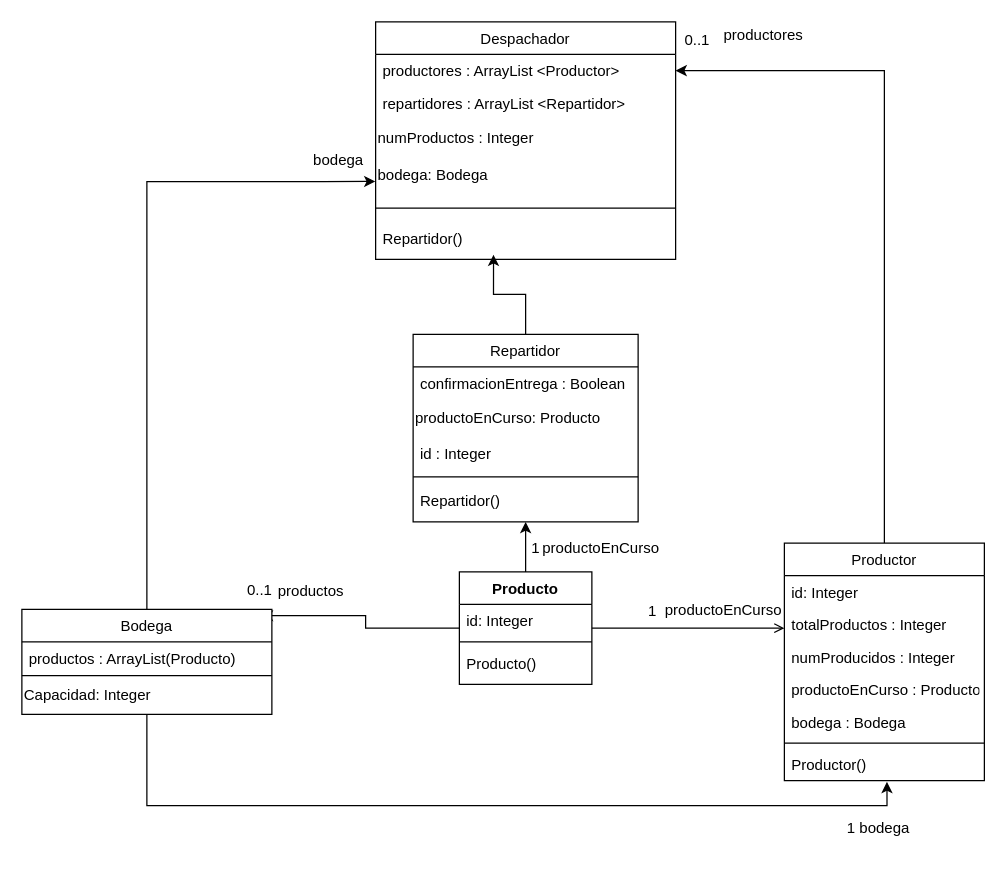
Above: Diagrama sin título.drawio in carvafel/Taller-1 (draw.io), before the change. Source tidied: cells renumbered, new cells numbered last; positions are measured from the earlier drawing's top-left corner, leaving out a move shared by most shapes. Both pictures are drawn from the tidied source at 125%, with x=0, y=0 at pixel (21, 21).
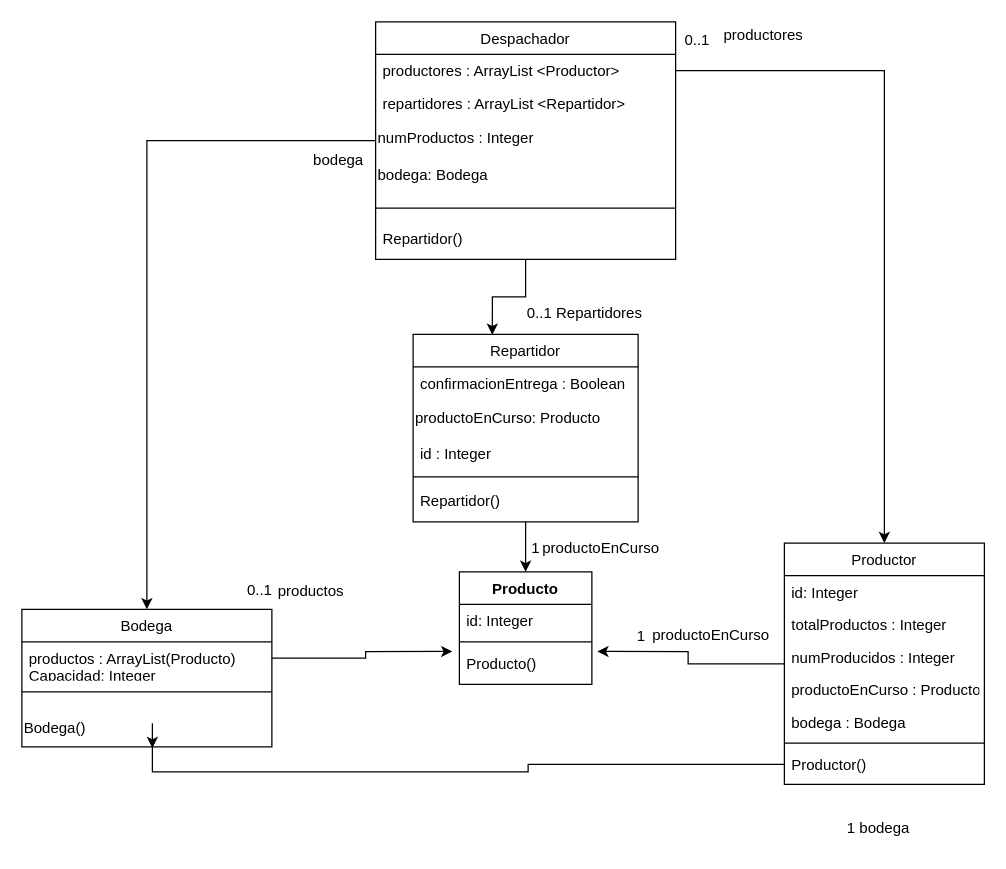
The same diagram, later.

Unchanged cells that the change refers to:
```xml
<mxCell id="4" value="Producto&#10;" style="swimlane;fontStyle=1;align=center;verticalAlign=top;horizontal=1;startSize=26;rounded=0;shadow=0;strokeWidth=1;" parent="1" vertex="1">
  <mxGeometry x="350" y="440" width="106" height="90" as="geometry" />
</mxCell>
<mxCell id="7" value="Producto()" style="text;align=left;verticalAlign=top;spacingLeft=4;spacingRight=4;overflow=hidden;points=[[0,0.5],[1,0.5]];portConstraint=eastwest;" parent="4" vertex="1">
  <mxGeometry y="60" width="106" height="26" as="geometry" />
</mxCell>
<mxCell id="9" value="Repartidor&#10;" style="swimlane;fontStyle=0;align=center;verticalAlign=top;horizontal=1;startSize=26;rounded=0;shadow=0;strokeWidth=1;" parent="1" vertex="1">
  <mxGeometry x="313" y="250" width="180" height="150" as="geometry" />
</mxCell>
<mxCell id="29" value="Productor()" style="text;align=left;verticalAlign=top;spacingLeft=4;spacingRight=4;overflow=hidden;points=[[0,0.5],[1,0.5]];portConstraint=eastwest;" parent="22" vertex="1">
  <mxGeometry y="164" width="160" height="26" as="geometry" />
</mxCell>
<mxCell id="36" value="Despachador" style="swimlane;fontStyle=0;align=center;verticalAlign=top;horizontal=1;startSize=26;rounded=0;shadow=0;strokeWidth=1;" parent="1" vertex="1">
  <mxGeometry x="283" width="240" height="190" as="geometry" />
</mxCell>
<mxCell id="37" value="productores : ArrayList &lt;Productor&gt;" style="text;align=left;verticalAlign=top;spacingLeft=4;spacingRight=4;overflow=hidden;points=[[0,0.5],[1,0.5]];portConstraint=eastwest;" parent="36" vertex="1">
  <mxGeometry y="26" width="240" height="26" as="geometry" />
</mxCell>
<mxCell id="40" value="&lt;div align=&quot;left&quot;&gt;bodega: Bodega&lt;/div&gt;" style="text;html=1;align=left;verticalAlign=middle;points=[];strokeColor=none;fillColor=none;" parent="36" vertex="1">
  <mxGeometry y="108" width="240" height="30" as="geometry" />
</mxCell>
<mxCell id="42" value="Repartidor()" style="text;align=left;verticalAlign=top;spacingLeft=4;spacingRight=4;overflow=hidden;points=[[0,0.5],[1,0.5]];portConstraint=eastwest;" parent="36" vertex="1">
  <mxGeometry y="160" width="240" height="26" as="geometry" />
</mxCell>
```

The edit, as a diff of the source:
```diff
@@
-    <mxCell id="2" style="edgeStyle=orthogonalEdgeStyle;rounded=0;jettySize=auto;html=1;entryX=0.96;entryY=0.06;entryDx=0;entryDy=0;entryPerimeter=0;" parent="1" edge="1" source="4" target="17">
-      <mxGeometry relative="1" as="geometry" />
-    </mxCell>
-    <mxCell id="3" style="edgeStyle=orthogonalEdgeStyle;rounded=0;jettySize=auto;html=1;exitX=0.5;exitY=0;exitDx=0;exitDy=0;entryX=0.5;entryY=1;entryDx=0;entryDy=0;" parent="1" edge="1" source="4" target="9">
-      <mxGeometry relative="1" as="geometry" />
-    </mxCell>
@@
-    <mxCell id="8" style="edgeStyle=orthogonalEdgeStyle;rounded=0;jettySize=auto;html=1;entryX=0.393;entryY=1.013;entryDx=0;entryDy=0;entryPerimeter=0;" parent="1" edge="1" source="9" target="42">
-      <mxGeometry relative="1" as="geometry" />
-    </mxCell>
+    <mxCell id="48" style="edgeStyle=orthogonalEdgeStyle;rounded=0;jettySize=auto;html=1;" parent="1" edge="1" source="9" target="4">
+      <mxGeometry relative="1" as="geometry" />
+    </mxCell>
@@
-    <mxCell id="15" style="edgeStyle=orthogonalEdgeStyle;rounded=0;jettySize=auto;html=1;entryX=0.513;entryY=1.038;entryDx=0;entryDy=0;entryPerimeter=0;" parent="1" edge="1" source="17" target="29">
-      <mxGeometry relative="1" as="geometry" />
-    </mxCell>
-    <mxCell id="16" style="edgeStyle=orthogonalEdgeStyle;rounded=0;jettySize=auto;html=1;entryX=-0.001;entryY=0.656;entryDx=0;entryDy=0;entryPerimeter=0;exitX=0.5;exitY=0;exitDx=0;exitDy=0;" parent="1" edge="1" source="17" target="40">
-      <mxGeometry relative="1" as="geometry" />
-    </mxCell>
     <mxCell id="17" value="Bodega" style="swimlane;fontStyle=0;align=center;verticalAlign=top;horizontal=1;startSize=26;rounded=0;shadow=0;strokeWidth=1;" parent="1" vertex="1">
-      <mxGeometry y="470" width="200" height="84" as="geometry" />
+      <mxGeometry y="470" width="200" height="110" as="geometry" />
     </mxCell>
-    <mxCell id="18" value="productos : ArrayList(Producto)&#10;" style="text;align=left;verticalAlign=top;spacingLeft=4;spacingRight=4;overflow=hidden;points=[[0,0.5],[1,0.5]];portConstraint=eastwest;" parent="17" vertex="1">
+    <mxCell id="18" value="productos : ArrayList(Producto)&#10;Capacidad: Integer" style="text;align=left;verticalAlign=top;spacingLeft=4;spacingRight=4;overflow=hidden;points=[[0,0.5],[1,0.5]];portConstraint=eastwest;" parent="17" vertex="1">
       <mxGeometry y="26" width="200" height="26" as="geometry" />
     </mxCell>
     <mxCell id="19" style="line;html=1;strokeWidth=1;align=left;verticalAlign=middle;spacingTop=-1;spacingLeft=3;spacingRight=3;labelPosition=right;" parent="17" vertex="1">
-      <mxGeometry y="52" width="200" height="2" as="geometry" />
+      <mxGeometry y="52" width="200" height="28" as="geometry" />
     </mxCell>
-    <mxCell id="20" value="&lt;div align=&quot;left&quot;&gt;Capacidad: Integer&lt;/div&gt;" style="text;html=1;align=left;verticalAlign=middle;strokeColor=none;fillColor=none;" parent="17" vertex="1">
-      <mxGeometry y="54" width="200" height="30" as="geometry" />
-    </mxCell>
-    <mxCell id="21" style="edgeStyle=orthogonalEdgeStyle;rounded=0;jettySize=auto;html=1;entryX=1;entryY=0.5;entryDx=0;entryDy=0;" parent="1" edge="1" source="22" target="37">
-      <mxGeometry relative="1" as="geometry" />
-    </mxCell>
+    <mxCell id="49" value="&lt;div align=&quot;left&quot;&gt;Bodega()&lt;/div&gt;" style="text;html=1;align=left;verticalAlign=middle;points=[];strokeColor=none;fillColor=none;" parent="17" vertex="1">
+      <mxGeometry y="80" width="200" height="30" as="geometry" />
+    </mxCell>
+    <mxCell id="50" style="edgeStyle=orthogonalEdgeStyle;rounded=0;jettySize=auto;html=1;entryX=0.522;entryY=1.033;entryDx=0;entryDy=0;entryPerimeter=0;exitX=0;exitY=0.5;exitDx=0;exitDy=0;" parent="1" edge="1" source="29" target="49">
+      <mxGeometry relative="1" as="geometry" />
+    </mxCell>
+    <mxCell id="51" style="edgeStyle=orthogonalEdgeStyle;rounded=0;jettySize=auto;html=1;entryX=1.041;entryY=0.141;entryDx=0;entryDy=0;entryPerimeter=0;" parent="1" edge="1" source="22" target="7">
+      <mxGeometry relative="1" as="geometry" />
+    </mxCell>
     <mxCell id="22" value="Productor&#10;" style="swimlane;fontStyle=0;align=center;verticalAlign=top;horizontal=1;startSize=26;rounded=0;shadow=0;strokeWidth=1;" parent="1" vertex="1">
-      <mxGeometry x="610" y="417" width="160" height="190" as="geometry" />
+      <mxGeometry x="610" y="417" width="160" height="193" as="geometry" />
     </mxCell>
@@
-    <mxCell id="30" style="endArrow=open;shadow=0;strokeWidth=1;endFill=1;edgeStyle=elbowEdgeStyle;elbow=vertical;curved=1;strokeColor=default;" parent="1" edge="1" source="4" target="22">
-      <mxGeometry x="0.5" y="41" relative="1" as="geometry">
-        <mxPoint x="-40" y="32" as="offset" />
-      </mxGeometry>
-    </mxCell>
-    <mxCell id="31" value="1" style="align=right;verticalAlign=bottom;labelBackgroundColor=none;fontSize=12;" parent="30" vertex="1">
-      <mxGeometry x="1" relative="1" as="geometry">
-        <mxPoint x="-101" y="-5" as="offset" />
-      </mxGeometry>
-    </mxCell>
-    <mxCell id="32" value="&lt;div&gt;productoEnCurso&lt;/div&gt;" style="text;html=1;align=center;verticalAlign=middle;labelBackgroundColor=none;rounded=0;shadow=0;strokeWidth=1;fontSize=12;" parent="30" vertex="1">
-      <mxGeometry x="0.5" y="49" relative="1" as="geometry">
-        <mxPoint x="-12" y="34" as="offset" />
-      </mxGeometry>
-    </mxCell>
@@
+    <mxCell id="52" style="edgeStyle=orthogonalEdgeStyle;rounded=0;jettySize=auto;html=1;entryX=0.5;entryY=0;entryDx=0;entryDy=0;" parent="1" edge="1" source="36" target="17">
+      <mxGeometry relative="1" as="geometry" />
+    </mxCell>
+    <mxCell id="53" style="edgeStyle=orthogonalEdgeStyle;rounded=0;jettySize=auto;html=1;entryX=0.352;entryY=0.002;entryDx=0;entryDy=0;entryPerimeter=0;" parent="1" edge="1" source="36" target="9">
+      <mxGeometry relative="1" as="geometry" />
+    </mxCell>
@@
+    <mxCell id="54" value="0..1 Repartidores" style="text;html=1;align=center;verticalAlign=middle;strokeColor=none;fillColor=none;" parent="1" vertex="1">
+      <mxGeometry x="395" y="218" width="110" height="30" as="geometry" />
+    </mxCell>
+    <mxCell id="31" value="1" style="align=right;verticalAlign=bottom;labelBackgroundColor=none;fontSize=12;" parent="1" vertex="1">
+      <mxGeometry x="500" y="500" as="geometry" />
+    </mxCell>
+    <mxCell id="32" value="&lt;div&gt;productoEnCurso&lt;/div&gt;" style="text;html=1;align=center;verticalAlign=middle;labelBackgroundColor=none;rounded=0;shadow=0;strokeWidth=1;fontSize=12;" parent="1" vertex="1">
+      <mxGeometry x="550" y="490" as="geometry" />
+    </mxCell>
+    <mxCell id="55" style="edgeStyle=orthogonalEdgeStyle;rounded=0;jettySize=auto;html=1;entryX=-0.053;entryY=0.141;entryDx=0;entryDy=0;entryPerimeter=0;" parent="1" edge="1" source="18" target="7">
+      <mxGeometry relative="1" as="geometry" />
+    </mxCell>
+    <mxCell id="56" style="edgeStyle=orthogonalEdgeStyle;rounded=0;jettySize=auto;html=1;entryX=0.5;entryY=0;entryDx=0;entryDy=0;" parent="1" edge="1" source="37" target="22">
+      <mxGeometry relative="1" as="geometry" />
+    </mxCell>
```
